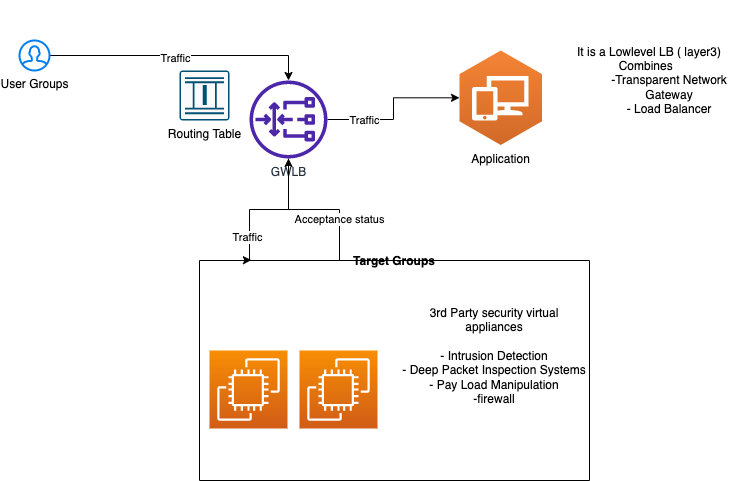
Before: GWLB.drawio.png, a diagram exported from draw.io (diemonch/aws). Source tidied: cells renumbered, new cells last; positions are measured from the earlier drawing's top-left corner, leaving out a move shared by most shapes. The source it was exported from:
```xml
<mxGraphModel>
  <root>
    <mxCell id="0" />
    <mxCell id="1" parent="0" />
    <mxCell id="2" style="edgeStyle=orthogonalEdgeStyle;rounded=0;jettySize=auto;html=1;entryX=0.133;entryY=-0.002;entryDx=0;entryDy=0;entryPerimeter=0;" parent="1" edge="1" source="6" target="13">
      <mxGeometry relative="1" as="geometry">
        <Array as="points">
          <mxPoint x="269" y="209" />
          <mxPoint x="230" y="209" />
          <mxPoint x="230" y="260" />
        </Array>
      </mxGeometry>
    </mxCell>
    <mxCell id="3" value="Traffic" style="edgeLabel;html=1;align=center;verticalAlign=middle;" parent="2" vertex="1">
      <mxGeometry x="0.64" y="-3" relative="1" as="geometry" />
    </mxCell>
    <mxCell id="4" style="edgeStyle=orthogonalEdgeStyle;rounded=0;jettySize=auto;html=1;" parent="1" edge="1" source="6" target="17">
      <mxGeometry relative="1" as="geometry" />
    </mxCell>
    <mxCell id="5" value="Traffic" style="edgeLabel;html=1;align=center;verticalAlign=middle;" parent="4" vertex="1">
      <mxGeometry x="-0.53" y="1" relative="1" as="geometry">
        <mxPoint y="1" as="offset" />
      </mxGeometry>
    </mxCell>
    <mxCell id="6" value="GWLB" style="sketch=0;outlineConnect=0;fontColor=#232F3E;gradientColor=none;fillColor=#4D27AA;strokeColor=none;dashed=0;verticalLabelPosition=bottom;verticalAlign=top;align=center;html=1;fontSize=12;fontStyle=0;shape=mxgraph.aws4.gateway_load_balancer;" parent="1" vertex="1">
      <mxGeometry x="230" y="80" width="78" height="78" as="geometry" />
    </mxCell>
    <mxCell id="7" style="edgeStyle=orthogonalEdgeStyle;rounded=0;jettySize=auto;html=1;" parent="1" edge="1" source="9" target="6">
      <mxGeometry relative="1" as="geometry" />
    </mxCell>
    <mxCell id="8" value="Traffic" style="edgeLabel;html=1;align=center;verticalAlign=middle;" parent="7" vertex="1">
      <mxGeometry x="-0.05" y="-2" relative="1" as="geometry" />
    </mxCell>
    <mxCell id="9" value="User Groups" style="html=1;verticalLabelPosition=bottom;align=center;labelBackgroundColor=#ffffff;verticalAlign=top;strokeWidth=2;strokeColor=#0080F0;shadow=0;dashed=0;shape=mxgraph.ios7.icons.user;" parent="1" vertex="1">
      <mxGeometry y="40" width="30" height="30" as="geometry" />
    </mxCell>
    <mxCell id="10" value="Routing Table" style="sketch=0;verticalLabelPosition=bottom;html=1;verticalAlign=top;align=center;shape=mxgraph.cisco19.rect;prIcon=service_ready_engine;fillColor=#FAFAFA;strokeColor=#005073;" parent="1" vertex="1">
      <mxGeometry x="160" y="70" width="50" height="50" as="geometry" />
    </mxCell>
    <mxCell id="11" style="edgeStyle=orthogonalEdgeStyle;rounded=0;jettySize=auto;html=1;" parent="1" edge="1" source="13" target="6">
      <mxGeometry relative="1" as="geometry">
        <Array as="points">
          <mxPoint x="320" y="209" />
          <mxPoint x="269" y="209" />
        </Array>
      </mxGeometry>
    </mxCell>
    <mxCell id="12" value="Acceptance status" style="edgeLabel;html=1;align=center;verticalAlign=middle;" parent="11" vertex="1">
      <mxGeometry x="-0.45" y="1" relative="1" as="geometry" />
    </mxCell>
    <mxCell id="13" value="Target Groups" style="swimlane;startSize=0;" parent="1" vertex="1">
      <mxGeometry x="180" y="260" width="390" height="220" as="geometry" />
    </mxCell>
    <mxCell id="14" style="sketch=0;fontColor=#232F3E;gradientColor=#F78E04;gradientDirection=north;fillColor=#D05C17;strokeColor=#ffffff;dashed=0;verticalLabelPosition=bottom;verticalAlign=top;align=center;html=1;fontSize=12;fontStyle=0;shape=mxgraph.aws4.resourceIcon;resIcon=mxgraph.aws4.ec2;" parent="13" vertex="1">
      <mxGeometry x="10" y="90" width="78" height="78" as="geometry" />
    </mxCell>
    <mxCell id="15" style="sketch=0;fontColor=#232F3E;gradientColor=#F78E04;gradientDirection=north;fillColor=#D05C17;strokeColor=#ffffff;dashed=0;verticalLabelPosition=bottom;verticalAlign=top;align=center;html=1;fontSize=12;fontStyle=0;shape=mxgraph.aws4.resourceIcon;resIcon=mxgraph.aws4.ec2;" parent="13" vertex="1">
      <mxGeometry x="100" y="90" width="78" height="78" as="geometry" />
    </mxCell>
    <mxCell id="16" value="3rd Party security virtual appliances&lt;br&gt;&lt;br&gt;- Intrusion Detection&lt;br&gt;- Deep Packet Inspection Systems&lt;br&gt;- Pay Load Manipulation&lt;br&gt;-firewall&lt;br&gt;&lt;br&gt;&lt;br&gt;" style="text;html=1;strokeColor=none;fillColor=none;align=center;verticalAlign=middle;whiteSpace=wrap;rounded=0;" parent="13" vertex="1">
      <mxGeometry x="200" width="190" height="220" as="geometry" />
    </mxCell>
    <mxCell id="17" value="Application" style="outlineConnect=0;dashed=0;verticalLabelPosition=bottom;verticalAlign=top;align=center;html=1;shape=mxgraph.aws3.workspaces;fillColor=#D16A28;gradientColor=#F58435;gradientDirection=north;" parent="1" vertex="1">
      <mxGeometry x="440" y="50" width="82.5" height="94.5" as="geometry" />
    </mxCell>
    <mxCell id="18" value="It is a Lowlevel LB ( layer3)&lt;br&gt;Combines&amp;nbsp;&amp;nbsp;&lt;br&gt;&lt;blockquote style=&quot;margin: 0 0 0 40px; border: none; padding: 0px;&quot;&gt;-Transparent Network Gateway&lt;/blockquote&gt;&lt;blockquote style=&quot;margin: 0 0 0 40px; border: none; padding: 0px;&quot;&gt;- Load Balancer&lt;/blockquote&gt;" style="text;html=1;strokeColor=none;fillColor=none;align=center;verticalAlign=middle;whiteSpace=wrap;rounded=0;" parent="1" vertex="1">
      <mxGeometry x="530" width="200" height="160" as="geometry" />
    </mxCell>
  </root>
</mxGraphModel>
```
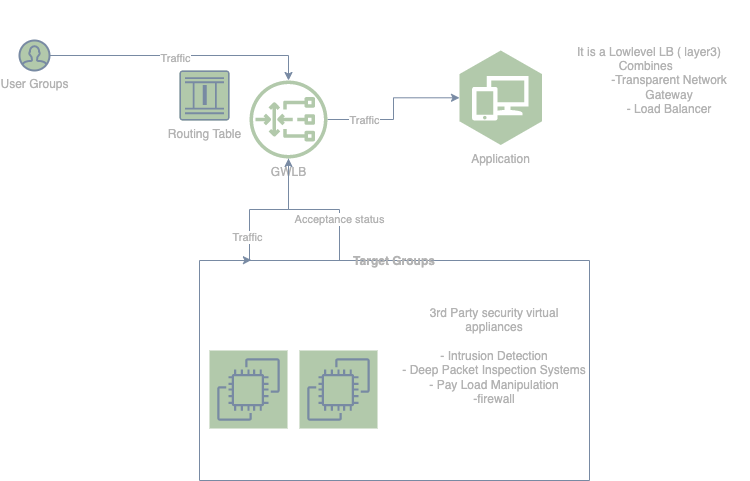
After the change.

What changed in the source:
```diff
@@ -2,7 +2,7 @@
   <root>
     <mxCell id="0" />
     <mxCell id="1" parent="0" />
-    <mxCell id="2" style="edgeStyle=orthogonalEdgeStyle;rounded=0;jettySize=auto;html=1;entryX=0.133;entryY=-0.002;entryDx=0;entryDy=0;entryPerimeter=0;" parent="1" edge="1" source="6" target="13">
+    <mxCell id="2" style="edgeStyle=orthogonalEdgeStyle;rounded=0;jettySize=auto;html=1;entryX=0.133;entryY=-0.002;entryDx=0;entryDy=0;entryPerimeter=0;strokeColor=#788AA3;fontColor=#B3B3B3;" parent="1" edge="1" source="6" target="13">
       <mxGeometry relative="1" as="geometry">
         <Array as="points">
           <mxPoint x="269" y="209" />
@@ -11,33 +11,33 @@
         </Array>
       </mxGeometry>
     </mxCell>
-    <mxCell id="3" value="Traffic" style="edgeLabel;html=1;align=center;verticalAlign=middle;" parent="2" vertex="1">
+    <mxCell id="3" value="Traffic" style="edgeLabel;html=1;align=center;verticalAlign=middle;fontColor=#B3B3B3;" parent="2" vertex="1">
       <mxGeometry x="0.64" y="-3" relative="1" as="geometry" />
     </mxCell>
-    <mxCell id="4" style="edgeStyle=orthogonalEdgeStyle;rounded=0;jettySize=auto;html=1;" parent="1" edge="1" source="6" target="17">
+    <mxCell id="4" style="edgeStyle=orthogonalEdgeStyle;rounded=0;jettySize=auto;html=1;strokeColor=#788AA3;fontColor=#B3B3B3;" parent="1" edge="1" source="6" target="17">
       <mxGeometry relative="1" as="geometry" />
     </mxCell>
-    <mxCell id="5" value="Traffic" style="edgeLabel;html=1;align=center;verticalAlign=middle;" parent="4" vertex="1">
+    <mxCell id="5" value="Traffic" style="edgeLabel;html=1;align=center;verticalAlign=middle;fontColor=#B3B3B3;" parent="4" vertex="1">
       <mxGeometry x="-0.53" y="1" relative="1" as="geometry">
         <mxPoint y="1" as="offset" />
       </mxGeometry>
     </mxCell>
-    <mxCell id="6" value="GWLB" style="sketch=0;outlineConnect=0;fontColor=#232F3E;gradientColor=none;fillColor=#4D27AA;strokeColor=none;dashed=0;verticalLabelPosition=bottom;verticalAlign=top;align=center;html=1;fontSize=12;fontStyle=0;shape=mxgraph.aws4.gateway_load_balancer;" parent="1" vertex="1">
+    <mxCell id="6" value="GWLB" style="sketch=0;outlineConnect=0;fontColor=#B3B3B3;fillColor=#B2C9AB;strokeColor=none;dashed=0;verticalLabelPosition=bottom;verticalAlign=top;align=center;html=1;fontSize=12;fontStyle=0;shape=mxgraph.aws4.gateway_load_balancer;" parent="1" vertex="1">
       <mxGeometry x="230" y="80" width="78" height="78" as="geometry" />
     </mxCell>
-    <mxCell id="7" style="edgeStyle=orthogonalEdgeStyle;rounded=0;jettySize=auto;html=1;" parent="1" edge="1" source="9" target="6">
+    <mxCell id="7" style="edgeStyle=orthogonalEdgeStyle;rounded=0;jettySize=auto;html=1;strokeColor=#788AA3;fontColor=#B3B3B3;" parent="1" edge="1" source="9" target="6">
       <mxGeometry relative="1" as="geometry" />
     </mxCell>
-    <mxCell id="8" value="Traffic" style="edgeLabel;html=1;align=center;verticalAlign=middle;" parent="7" vertex="1">
+    <mxCell id="8" value="Traffic" style="edgeLabel;html=1;align=center;verticalAlign=middle;fontColor=#B3B3B3;" parent="7" vertex="1">
       <mxGeometry x="-0.05" y="-2" relative="1" as="geometry" />
     </mxCell>
-    <mxCell id="9" value="User Groups" style="html=1;verticalLabelPosition=bottom;align=center;labelBackgroundColor=#ffffff;verticalAlign=top;strokeWidth=2;strokeColor=#0080F0;shadow=0;dashed=0;shape=mxgraph.ios7.icons.user;" parent="1" vertex="1">
+    <mxCell id="9" value="User Groups" style="html=1;verticalLabelPosition=bottom;align=center;verticalAlign=top;strokeWidth=2;strokeColor=#788AA3;shadow=0;dashed=0;shape=mxgraph.ios7.icons.user;fillColor=#B2C9AB;fontColor=#B3B3B3;" parent="1" vertex="1">
       <mxGeometry y="40" width="30" height="30" as="geometry" />
     </mxCell>
-    <mxCell id="10" value="Routing Table" style="sketch=0;verticalLabelPosition=bottom;html=1;verticalAlign=top;align=center;shape=mxgraph.cisco19.rect;prIcon=service_ready_engine;fillColor=#FAFAFA;strokeColor=#005073;" parent="1" vertex="1">
+    <mxCell id="10" value="Routing Table" style="sketch=0;verticalLabelPosition=bottom;html=1;verticalAlign=top;align=center;shape=mxgraph.cisco19.rect;prIcon=service_ready_engine;fillColor=#B2C9AB;strokeColor=#788AA3;fontColor=#B3B3B3;" parent="1" vertex="1">
       <mxGeometry x="160" y="70" width="50" height="50" as="geometry" />
     </mxCell>
-    <mxCell id="11" style="edgeStyle=orthogonalEdgeStyle;rounded=0;jettySize=auto;html=1;" parent="1" edge="1" source="13" target="6">
+    <mxCell id="11" style="edgeStyle=orthogonalEdgeStyle;rounded=0;jettySize=auto;html=1;strokeColor=#788AA3;fontColor=#B3B3B3;" parent="1" edge="1" source="13" target="6">
       <mxGeometry relative="1" as="geometry">
         <Array as="points">
           <mxPoint x="320" y="209" />
@@ -45,25 +45,25 @@
         </Array>
       </mxGeometry>
     </mxCell>
-    <mxCell id="12" value="Acceptance status" style="edgeLabel;html=1;align=center;verticalAlign=middle;" parent="11" vertex="1">
+    <mxCell id="12" value="Acceptance status" style="edgeLabel;html=1;align=center;verticalAlign=middle;fontColor=#B3B3B3;" parent="11" vertex="1">
       <mxGeometry x="-0.45" y="1" relative="1" as="geometry" />
     </mxCell>
-    <mxCell id="13" value="Target Groups" style="swimlane;startSize=0;" parent="1" vertex="1">
+    <mxCell id="13" value="Target Groups" style="swimlane;startSize=0;fillColor=#B2C9AB;strokeColor=#788AA3;fontColor=#B3B3B3;" parent="1" vertex="1">
       <mxGeometry x="180" y="260" width="390" height="220" as="geometry" />
     </mxCell>
-    <mxCell id="14" style="sketch=0;fontColor=#232F3E;gradientColor=#F78E04;gradientDirection=north;fillColor=#D05C17;strokeColor=#ffffff;dashed=0;verticalLabelPosition=bottom;verticalAlign=top;align=center;html=1;fontSize=12;fontStyle=0;shape=mxgraph.aws4.resourceIcon;resIcon=mxgraph.aws4.ec2;" parent="13" vertex="1">
+    <mxCell id="14" style="sketch=0;fontColor=#B3B3B3;gradientDirection=north;fillColor=#B2C9AB;strokeColor=#788AA3;dashed=0;verticalLabelPosition=bottom;verticalAlign=top;align=center;html=1;fontSize=12;fontStyle=0;shape=mxgraph.aws4.resourceIcon;resIcon=mxgraph.aws4.ec2;" parent="13" vertex="1">
       <mxGeometry x="10" y="90" width="78" height="78" as="geometry" />
     </mxCell>
-    <mxCell id="15" style="sketch=0;fontColor=#232F3E;gradientColor=#F78E04;gradientDirection=north;fillColor=#D05C17;strokeColor=#ffffff;dashed=0;verticalLabelPosition=bottom;verticalAlign=top;align=center;html=1;fontSize=12;fontStyle=0;shape=mxgraph.aws4.resourceIcon;resIcon=mxgraph.aws4.ec2;" parent="13" vertex="1">
+    <mxCell id="15" style="sketch=0;fontColor=#B3B3B3;gradientDirection=north;fillColor=#B2C9AB;strokeColor=#788AA3;dashed=0;verticalLabelPosition=bottom;verticalAlign=top;align=center;html=1;fontSize=12;fontStyle=0;shape=mxgraph.aws4.resourceIcon;resIcon=mxgraph.aws4.ec2;" parent="13" vertex="1">
       <mxGeometry x="100" y="90" width="78" height="78" as="geometry" />
     </mxCell>
-    <mxCell id="16" value="3rd Party security virtual appliances&lt;br&gt;&lt;br&gt;- Intrusion Detection&lt;br&gt;- Deep Packet Inspection Systems&lt;br&gt;- Pay Load Manipulation&lt;br&gt;-firewall&lt;br&gt;&lt;br&gt;&lt;br&gt;" style="text;html=1;strokeColor=none;fillColor=none;align=center;verticalAlign=middle;whiteSpace=wrap;rounded=0;" parent="13" vertex="1">
+    <mxCell id="16" value="3rd Party security virtual appliances&lt;br&gt;&lt;br&gt;- Intrusion Detection&lt;br&gt;- Deep Packet Inspection Systems&lt;br&gt;- Pay Load Manipulation&lt;br&gt;-firewall&lt;br&gt;&lt;br&gt;&lt;br&gt;" style="text;html=1;strokeColor=none;fillColor=none;align=center;verticalAlign=middle;whiteSpace=wrap;rounded=0;fontColor=#B3B3B3;" parent="13" vertex="1">
       <mxGeometry x="200" width="190" height="220" as="geometry" />
     </mxCell>
-    <mxCell id="17" value="Application" style="outlineConnect=0;dashed=0;verticalLabelPosition=bottom;verticalAlign=top;align=center;html=1;shape=mxgraph.aws3.workspaces;fillColor=#D16A28;gradientColor=#F58435;gradientDirection=north;" parent="1" vertex="1">
+    <mxCell id="17" value="Application" style="outlineConnect=0;dashed=0;verticalLabelPosition=bottom;verticalAlign=top;align=center;html=1;shape=mxgraph.aws3.workspaces;fillColor=#B2C9AB;gradientDirection=north;strokeColor=#788AA3;fontColor=#B3B3B3;" parent="1" vertex="1">
       <mxGeometry x="440" y="50" width="82.5" height="94.5" as="geometry" />
     </mxCell>
-    <mxCell id="18" value="It is a Lowlevel LB ( layer3)&lt;br&gt;Combines&amp;nbsp;&amp;nbsp;&lt;br&gt;&lt;blockquote style=&quot;margin: 0 0 0 40px; border: none; padding: 0px;&quot;&gt;-Transparent Network Gateway&lt;/blockquote&gt;&lt;blockquote style=&quot;margin: 0 0 0 40px; border: none; padding: 0px;&quot;&gt;- Load Balancer&lt;/blockquote&gt;" style="text;html=1;strokeColor=none;fillColor=none;align=center;verticalAlign=middle;whiteSpace=wrap;rounded=0;" parent="1" vertex="1">
+    <mxCell id="18" value="It is a Lowlevel LB ( layer3)&lt;br&gt;Combines&amp;nbsp;&amp;nbsp;&lt;br&gt;&lt;blockquote style=&quot;margin: 0 0 0 40px; border: none; padding: 0px;&quot;&gt;-Transparent Network Gateway&lt;/blockquote&gt;&lt;blockquote style=&quot;margin: 0 0 0 40px; border: none; padding: 0px;&quot;&gt;- Load Balancer&lt;/blockquote&gt;" style="text;html=1;strokeColor=none;fillColor=none;align=center;verticalAlign=middle;whiteSpace=wrap;rounded=0;fontColor=#B3B3B3;" parent="1" vertex="1">
       <mxGeometry x="530" width="200" height="160" as="geometry" />
     </mxCell>
   </root>
```
